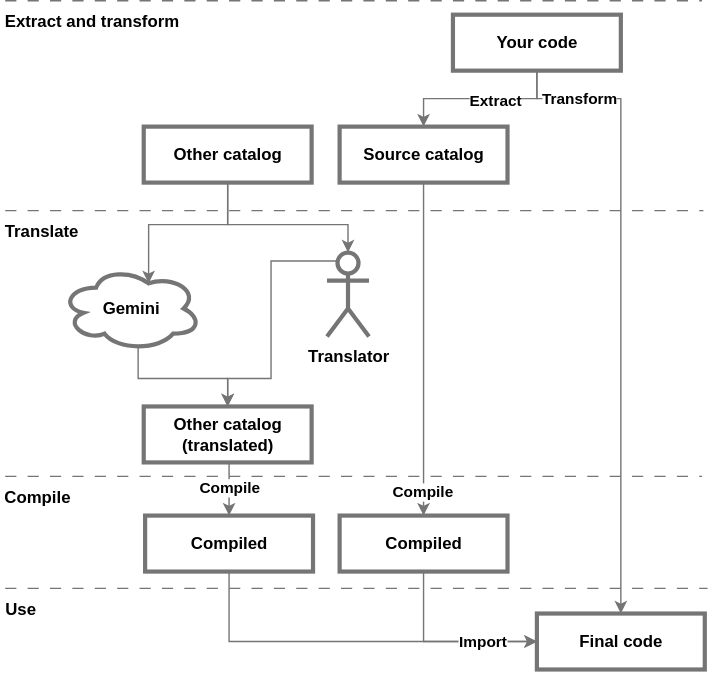
Before: public/diagram.svg, a diagram exported from draw.io (wuchalejs/wuchalejs.github.io). Source tidied: cells renumbered, new cells last; positions are measured from the earlier drawing's top-left corner, leaving out a move shared by most shapes.
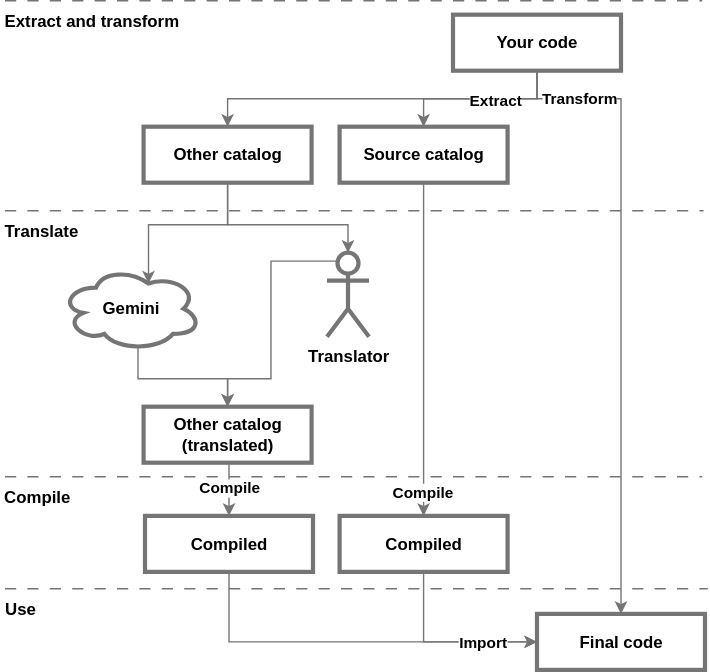
The same file after the commit.

Commit message:
fix missing arrow in diagram

Diff of the diagram source:
```diff
@@ -2,6 +2,9 @@
   <root>
     <mxCell id="0" />
     <mxCell id="1" parent="0" />
+    <mxCell id="34" style="edgeStyle=orthogonalEdgeStyle;rounded=0;jettySize=auto;html=1;exitX=0.5;exitY=1;exitDx=0;exitDy=0;entryX=0.5;entryY=0;entryDx=0;entryDy=0;strokeColor=#757575;" parent="1" edge="1" source="6" target="11">
+      <mxGeometry relative="1" as="geometry" />
+    </mxCell>
     <mxCell id="2" style="edgeStyle=orthogonalEdgeStyle;rounded=0;jettySize=auto;html=1;exitX=0.5;exitY=1;exitDx=0;exitDy=0;entryX=0.5;entryY=0;entryDx=0;entryDy=0;fontColor=default;strokeColor=#757575;fontStyle=1;labelBackgroundColor=none;" parent="1" edge="1" source="6" target="7">
       <mxGeometry relative="1" as="geometry">
         <Array as="points">
```
